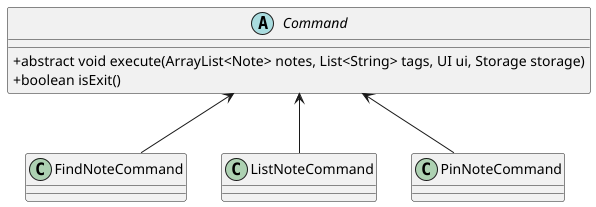
Earlier version of the PlantUML export docs/images/NoteOrganisationCommands.png (shauntsr/tp). Its diagram source:
```plantuml
@startuml NoteOrganisationCommands
skinparam classAttributeIconSize 0

abstract class Command {
    + abstract void execute(ArrayList<Note> notes, List<String> tags, UI ui, Storage storage)
    + boolean isExit()
}

class FindNoteCommand
class ListNoteCommand
class PinNoteCommand

FindNoteCommand -up-> Command
PinNoteCommand -up-> Command
ListNoteCommand -up-> Command
@enduml
```
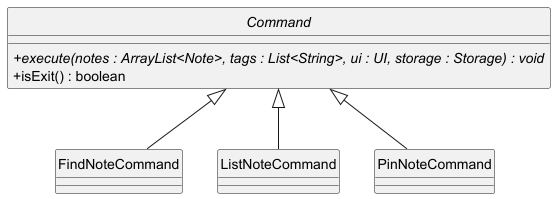
The same file after the commit.

What changed in the source:
```diff
@@ -1,16 +1,16 @@
 @startuml NoteOrganisationCommands
 skinparam classAttributeIconSize 0
-
+hide circle
 abstract class Command {
-    + abstract void execute(ArrayList<Note> notes, List<String> tags, UI ui, Storage storage)
-    + boolean isExit()
+    + {abstract} execute(notes : ArrayList<Note>, tags : List<String>, ui : UI, storage : Storage) : void
+    + isExit() : boolean
 }
 
 class FindNoteCommand
 class ListNoteCommand
 class PinNoteCommand
 
-FindNoteCommand -up-> Command
-PinNoteCommand -up-> Command
-ListNoteCommand -up-> Command
+FindNoteCommand -up-|> Command
+PinNoteCommand -up-|> Command
+ListNoteCommand -up-|> Command
 @enduml
```
